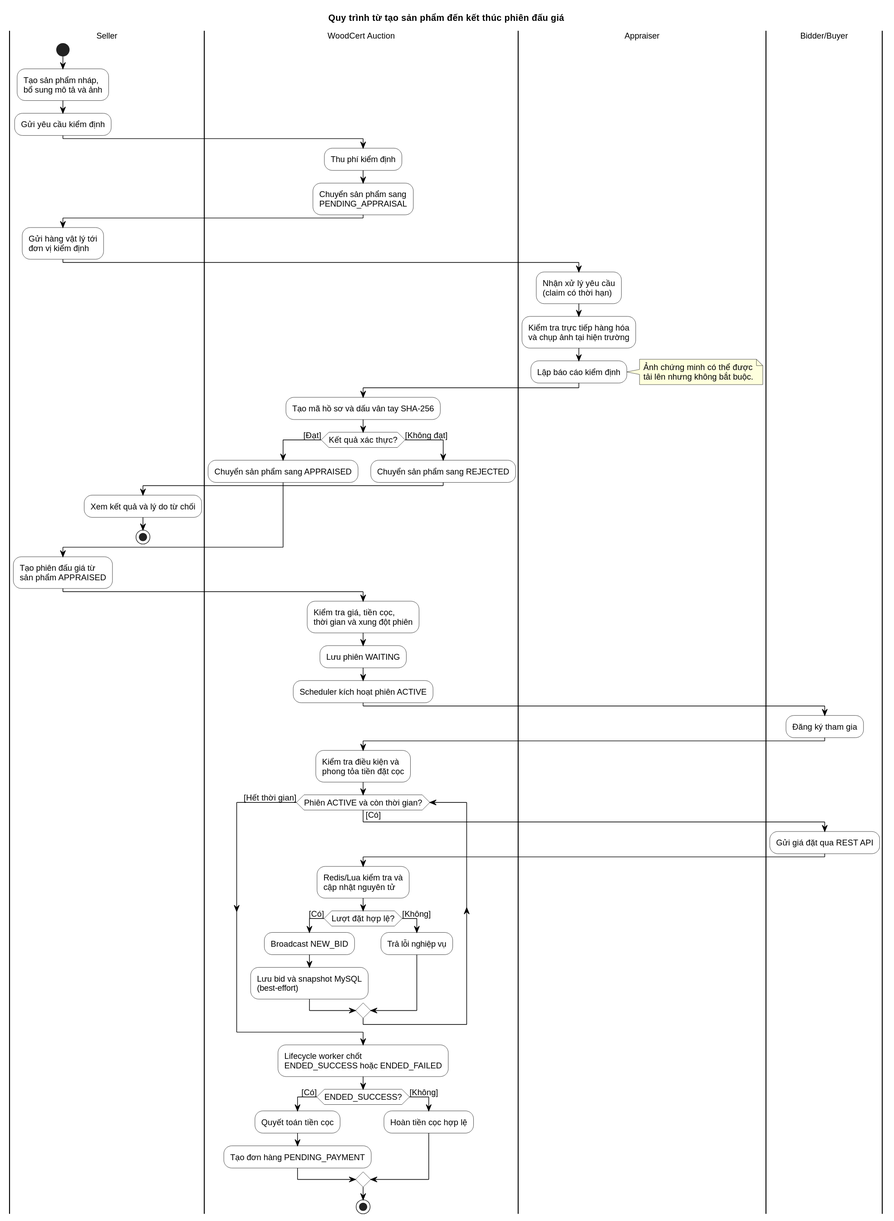
This is thesis/figures/chapter-2/auction-business-flow.svg from duynguyen312004/woodcert-auction, a PlantUML export, as it was before one commit. The source it was exported from:
```plantuml
@startuml
title Quy trình từ tạo sản phẩm đến kết thúc phiên đấu giá

skinparam defaultFontName Arial
skinparam defaultFontSize 13
skinparam backgroundColor White
skinparam shadowing false
skinparam linetype ortho
skinparam ArrowColor Black
skinparam activity {
    BackgroundColor White
    BorderColor Black
    FontColor Black
    FontSize 13
}
skinparam swimlane {
    BorderColor Black
    TitleBackgroundColor White
    TitleFontColor Black
}

|Seller|
start
:Tạo sản phẩm nháp,\nbổ sung mô tả và ảnh;
:Gửi yêu cầu kiểm định;

|WoodCert Auction|
:Thu phí kiểm định;
:Chuyển sản phẩm sang\nPENDING_APPRAISAL;

|Seller|
:Gửi hàng vật lý tới\nđơn vị kiểm định;

|Appraiser|
:Nhận xử lý yêu cầu\n(claim có thời hạn);
:Kiểm tra trực tiếp hàng hóa\nvà chụp ảnh tại hiện trường;
:Lập báo cáo kiểm định;
note right
  Ảnh chứng minh có thể được
  tải lên nhưng không bắt buộc.
end note

|WoodCert Auction|
:Tạo mã hồ sơ và dấu vân tay SHA-256;
if (Kết quả xác thực?) then ([Đạt])
    :Chuyển sản phẩm sang APPRAISED;
else ([Không đạt])
    :Chuyển sản phẩm sang REJECTED;
    |Seller|
    :Xem kết quả và lý do từ chối;
    stop
endif

|Seller|
:Tạo phiên đấu giá từ\nsản phẩm APPRAISED;

|WoodCert Auction|
:Kiểm tra giá, tiền cọc,\nthời gian và xung đột phiên;
:Lưu phiên WAITING;
:Scheduler kích hoạt phiên ACTIVE;

|Bidder/Buyer|
:Đăng ký tham gia;

|WoodCert Auction|
:Kiểm tra điều kiện và\nphong tỏa tiền đặt cọc;

while (Phiên ACTIVE và còn thời gian?) is ([Có])
    |Bidder/Buyer|
    :Gửi giá đặt qua REST API;
    |WoodCert Auction|
    :Redis/Lua kiểm tra và\ncập nhật nguyên tử;
    if (Lượt đặt hợp lệ?) then ([Có])
        :Broadcast NEW_BID;
        :Lưu bid và snapshot MySQL\n(best-effort);
    else ([Không])
        :Trả lỗi nghiệp vụ;
    endif
endwhile ([Hết thời gian])

|WoodCert Auction|
:Lifecycle worker chốt\nENDED_SUCCESS hoặc ENDED_FAILED;
if (ENDED_SUCCESS?) then ([Có])
    :Quyết toán tiền cọc;
    :Tạo đơn hàng PENDING_PAYMENT;
else ([Không])
    :Hoàn tiền cọc hợp lệ;
endif
stop
@enduml
```
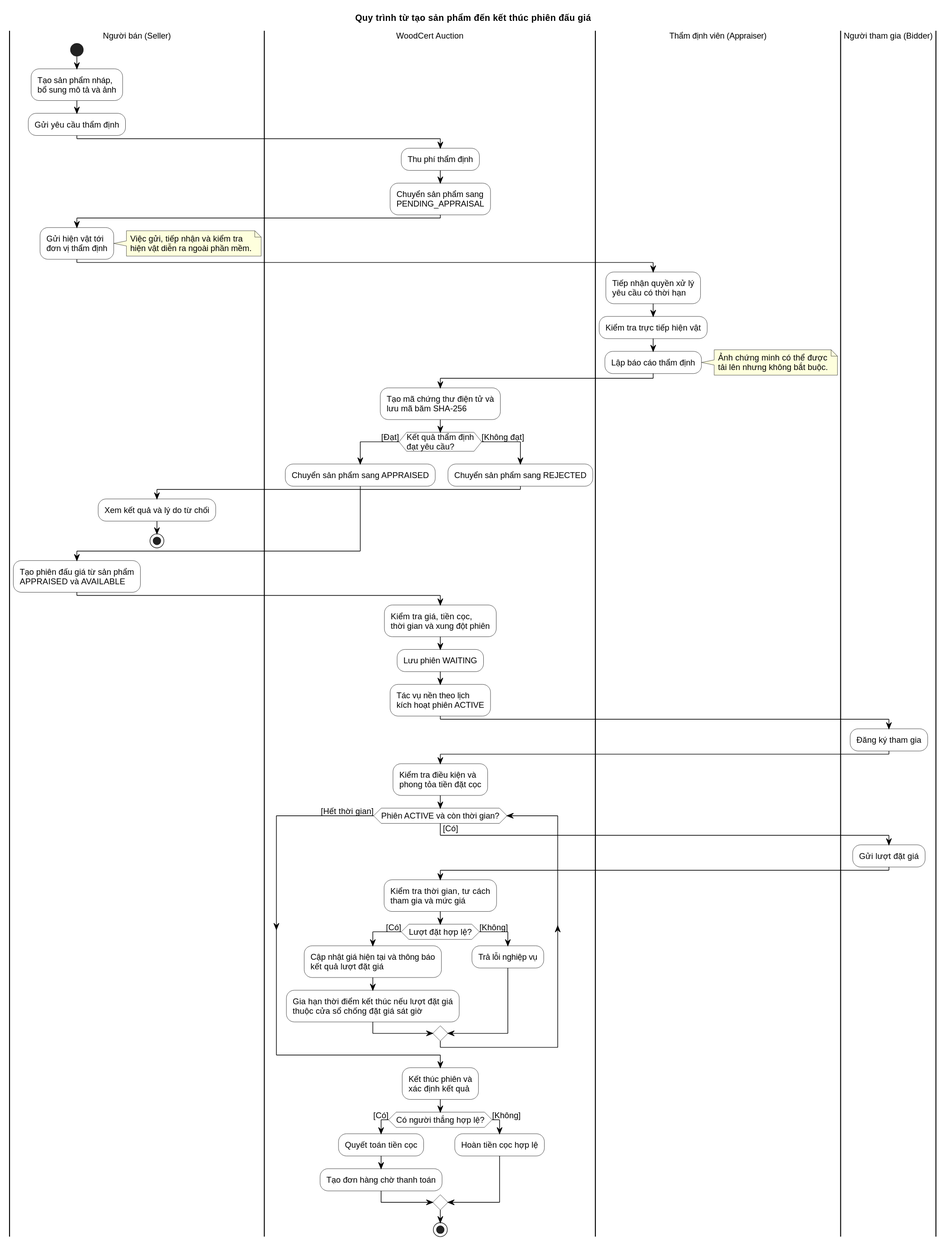
After the change.

What changed in the source:
```diff
@@ -19,70 +19,74 @@
     TitleFontColor Black
 }
 
-|Seller|
+|Người bán (Seller)|
 start
 :Tạo sản phẩm nháp,\nbổ sung mô tả và ảnh;
-:Gửi yêu cầu kiểm định;
+:Gửi yêu cầu thẩm định;
 
 |WoodCert Auction|
-:Thu phí kiểm định;
+:Thu phí thẩm định;
 :Chuyển sản phẩm sang\nPENDING_APPRAISAL;
 
-|Seller|
-:Gửi hàng vật lý tới\nđơn vị kiểm định;
+|Người bán (Seller)|
+:Gửi hiện vật tới\nđơn vị thẩm định;
+note right
+  Việc gửi, tiếp nhận và kiểm tra
+  hiện vật diễn ra ngoài phần mềm.
+end note
 
-|Appraiser|
-:Nhận xử lý yêu cầu\n(claim có thời hạn);
-:Kiểm tra trực tiếp hàng hóa\nvà chụp ảnh tại hiện trường;
-:Lập báo cáo kiểm định;
+|Thẩm định viên (Appraiser)|
+:Tiếp nhận quyền xử lý\nyêu cầu có thời hạn;
+:Kiểm tra trực tiếp hiện vật;
+:Lập báo cáo thẩm định;
 note right
   Ảnh chứng minh có thể được
   tải lên nhưng không bắt buộc.
 end note
 
 |WoodCert Auction|
-:Tạo mã hồ sơ và dấu vân tay SHA-256;
-if (Kết quả xác thực?) then ([Đạt])
+:Tạo mã chứng thư điện tử và\nlưu mã băm SHA-256;
+if (Kết quả thẩm định\nđạt yêu cầu?) then ([Đạt])
     :Chuyển sản phẩm sang APPRAISED;
 else ([Không đạt])
     :Chuyển sản phẩm sang REJECTED;
-    |Seller|
+    |Người bán (Seller)|
     :Xem kết quả và lý do từ chối;
     stop
 endif
 
-|Seller|
-:Tạo phiên đấu giá từ\nsản phẩm APPRAISED;
+|Người bán (Seller)|
+:Tạo phiên đấu giá từ sản phẩm\nAPPRAISED và AVAILABLE;
 
 |WoodCert Auction|
 :Kiểm tra giá, tiền cọc,\nthời gian và xung đột phiên;
 :Lưu phiên WAITING;
-:Scheduler kích hoạt phiên ACTIVE;
+:Tác vụ nền theo lịch\nkích hoạt phiên ACTIVE;
 
-|Bidder/Buyer|
+|Người tham gia (Bidder)|
 :Đăng ký tham gia;
 
 |WoodCert Auction|
 :Kiểm tra điều kiện và\nphong tỏa tiền đặt cọc;
 
 while (Phiên ACTIVE và còn thời gian?) is ([Có])
-    |Bidder/Buyer|
-    :Gửi giá đặt qua REST API;
+    |Người tham gia (Bidder)|
+    :Gửi lượt đặt giá;
     |WoodCert Auction|
-    :Redis/Lua kiểm tra và\ncập nhật nguyên tử;
+    :Kiểm tra thời gian, tư cách\ntham gia và mức giá;
     if (Lượt đặt hợp lệ?) then ([Có])
-        :Broadcast NEW_BID;
-        :Lưu bid và snapshot MySQL\n(best-effort);
+        :Cập nhật giá hiện tại và thông báo\nkết quả lượt đặt giá;
+        :Gia hạn thời điểm kết thúc nếu lượt đặt giá\nthuộc cửa sổ chống đặt giá sát giờ;
     else ([Không])
         :Trả lỗi nghiệp vụ;
     endif
 endwhile ([Hết thời gian])
 
 |WoodCert Auction|
-:Lifecycle worker chốt\nENDED_SUCCESS hoặc ENDED_FAILED;
-if (ENDED_SUCCESS?) then ([Có])
+:Kết thúc phiên và\nxác định kết quả;
+if (Có người thắng hợp lệ?) then ([Có])
     :Quyết toán tiền cọc;
-    :Tạo đơn hàng PENDING_PAYMENT;
+    :Tạo đơn hàng chờ thanh toán;
 else ([Không])
     :Hoàn tiền cọc hợp lệ;
 endif
```
